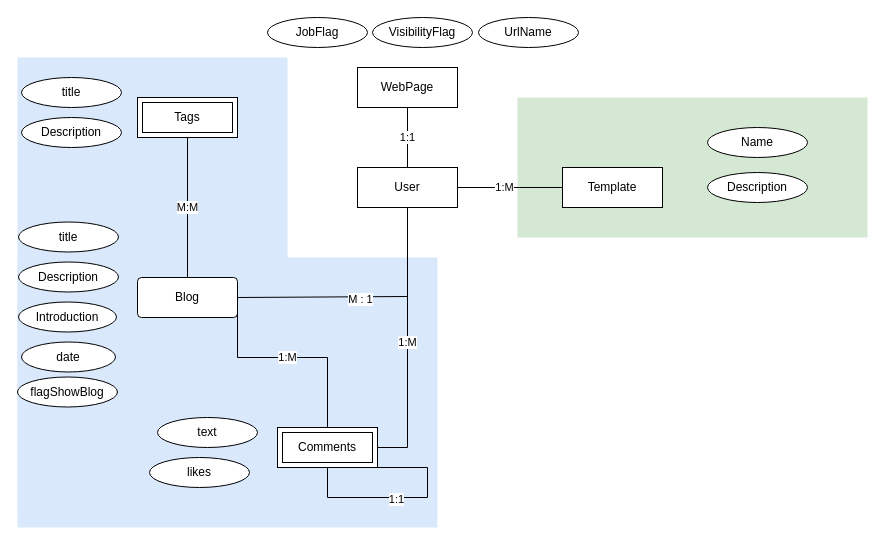
richruizv/platzi_master_startup keeps this draw.io diagram as ER_dynamization.drawio. Above is the earlier version. Source tidied: cells renumbered, new cells numbered last; positions are measured from the earlier drawing's top-left corner, leaving out a move shared by most shapes. Both pictures are drawn from the tidied source at 100%, with x=0, y=0 at pixel (17, 17).
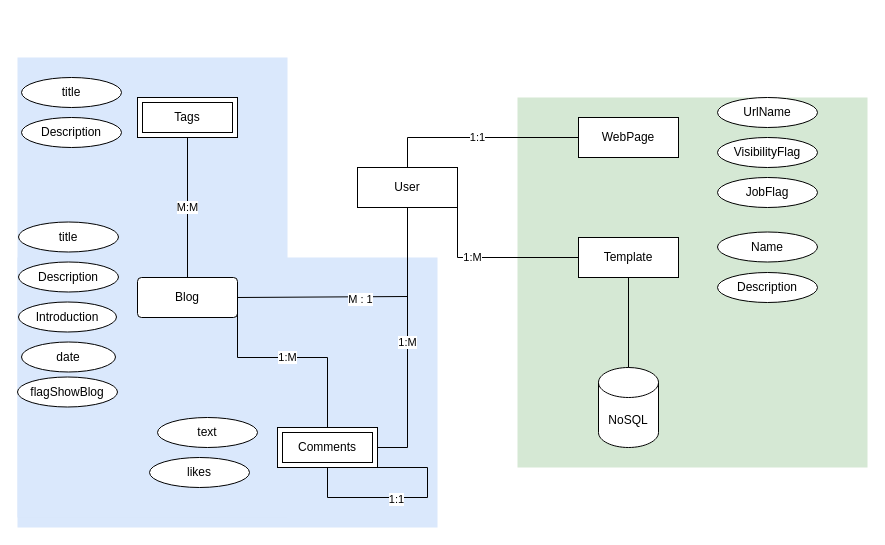
The same page after the edit.

Unchanged cells that the change refers to:
```xml
<mxCell id="9" value="User" style="whiteSpace=wrap;html=1;align=center;" parent="1" vertex="1">
  <mxGeometry x="340" y="150" width="100" height="40" as="geometry" />
</mxCell>
```

The edit, as a diff of the source:
```diff
@@
     <mxCell id="2" style="rounded=0;whiteSpace=wrap;html=1;fillColor=#d5e8d4;strokeColor=none;" parent="1" vertex="1">
-      <mxGeometry x="500" y="80" width="350" height="140" as="geometry" />
+      <mxGeometry x="500" y="80" width="350" height="370" as="geometry" />
     </mxCell>
@@
     <mxCell id="16" value="Template" style="whiteSpace=wrap;html=1;align=center;" parent="1" vertex="1">
-      <mxGeometry x="545" y="150" width="100" height="40" as="geometry" />
+      <mxGeometry x="561" y="220" width="100" height="40" as="geometry" />
     </mxCell>
     <mxCell id="17" style="endArrow=none;html=1;rounded=0;entryX=0;entryY=0.5;entryDx=0;entryDy=0;exitX=1;exitY=0.5;exitDx=0;exitDy=0;" parent="1" edge="1" source="9" target="16">
-      <mxGeometry relative="1" as="geometry" />
+      <mxGeometry relative="1" as="geometry">
+        <Array as="points">
+          <mxPoint x="440" y="240" />
+        </Array>
+      </mxGeometry>
     </mxCell>
@@
     <mxCell id="19" value="Name" style="ellipse;whiteSpace=wrap;html=1;align=center;" parent="1" vertex="1">
-      <mxGeometry x="690" y="110" width="100" height="30" as="geometry" />
+      <mxGeometry x="700" y="214.5" width="100" height="30" as="geometry" />
     </mxCell>
     <mxCell id="20" value="Description" style="ellipse;whiteSpace=wrap;html=1;align=center;" parent="1" vertex="1">
-      <mxGeometry x="690" y="155" width="100" height="30" as="geometry" />
+      <mxGeometry x="700" y="255" width="100" height="30" as="geometry" />
     </mxCell>
@@
     <mxCell id="27" value="JobFlag" style="ellipse;whiteSpace=wrap;html=1;align=center;" parent="1" vertex="1">
-      <mxGeometry x="250" width="100" height="30" as="geometry" />
+      <mxGeometry x="700" y="160" width="100" height="30" as="geometry" />
     </mxCell>
@@
     <mxCell id="31" value="WebPage" style="whiteSpace=wrap;html=1;align=center;" parent="1" vertex="1">
-      <mxGeometry x="340" y="50" width="100" height="40" as="geometry" />
+      <mxGeometry x="561" y="100" width="100" height="40" as="geometry" />
     </mxCell>
-    <mxCell id="32" value="1:1" style="endArrow=none;html=1;rounded=0;exitX=0.5;exitY=1;exitDx=0;exitDy=0;entryX=0.5;entryY=0;entryDx=0;entryDy=0;" parent="1" edge="1" source="31" target="9">
-      <mxGeometry relative="1" as="geometry" />
+    <mxCell id="32" value="1:1" style="endArrow=none;html=1;rounded=0;exitX=0;exitY=0.5;exitDx=0;exitDy=0;entryX=0.5;entryY=0;entryDx=0;entryDy=0;" parent="1" edge="1" source="31" target="9">
+      <mxGeometry relative="1" as="geometry">
+        <Array as="points">
+          <mxPoint x="390" y="120" />
+        </Array>
+      </mxGeometry>
     </mxCell>
     <mxCell id="33" value="VisibilityFlag" style="ellipse;whiteSpace=wrap;html=1;align=center;" parent="1" vertex="1">
-      <mxGeometry x="355" width="100" height="30" as="geometry" />
+      <mxGeometry x="700" y="120" width="100" height="30" as="geometry" />
     </mxCell>
     <mxCell id="34" value="UrlName" style="ellipse;whiteSpace=wrap;html=1;align=center;" parent="1" vertex="1">
-      <mxGeometry x="461" width="100" height="30" as="geometry" />
+      <mxGeometry x="700" y="80" width="100" height="30" as="geometry" />
     </mxCell>
@@
+    <mxCell id="36" value="NoSQL" style="shape=cylinder3;whiteSpace=wrap;html=1;boundedLbl=1;backgroundOutline=1;size=15;" parent="1" vertex="1">
+      <mxGeometry x="581" y="350" width="60" height="80" as="geometry" />
+    </mxCell>
+    <mxCell id="37" style="endArrow=none;html=1;rounded=0;exitX=0.5;exitY=0;exitDx=0;exitDy=0;exitPerimeter=0;entryX=0.5;entryY=1;entryDx=0;entryDy=0;" parent="1" edge="1" source="36" target="16">
+      <mxGeometry relative="1" as="geometry" />
+    </mxCell>
```
